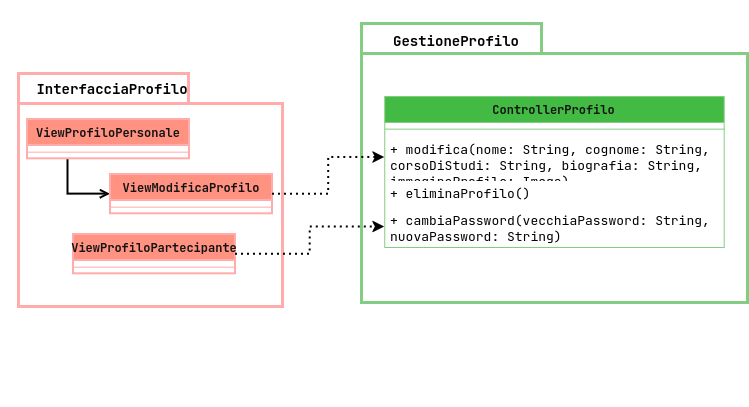
Before: latex/images/diagramma-dei-package-profilo.png, a diagram exported from draw.io (federicoporpora/studyLink). Source tidied: cells renumbered, new cells last; positions are measured from the earlier drawing's top-left corner, leaving out a move shared by most shapes.
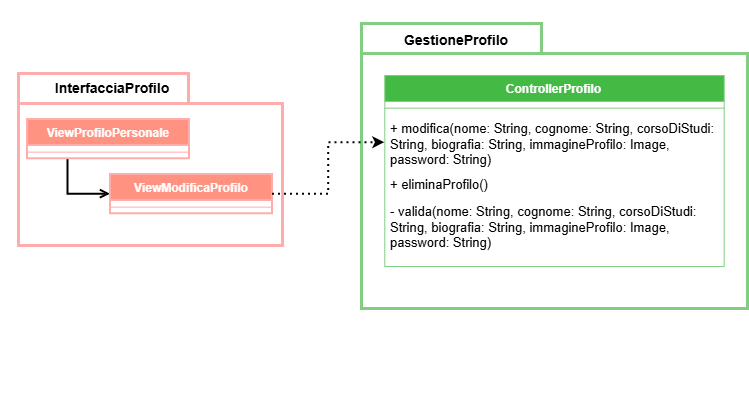
After the change.

The edit, as a diff of the source:
```diff
@@ -5,8 +5,8 @@
     <mxCell id="2" style="group;" parent="1" vertex="1">
       <mxGeometry x="18" y="74" width="264" height="233" as="geometry" />
     </mxCell>
-    <mxCell id="3" style="shape=folder;fontStyle=1;spacingTop=10;tabWidth=170;tabHeight=30;tabPosition=left;html=1;whiteSpace=wrap;fillColor=light-dark(#E51400,#FFFFFF);fontColor=#ffffff;strokeColor=#B20000;strokeWidth=3;" parent="2" vertex="1">
-      <mxGeometry width="264" height="233" as="geometry" />
+    <mxCell id="3" style="shape=folder;fontStyle=1;spacingTop=10;tabWidth=170;tabHeight=30;tabPosition=left;html=1;whiteSpace=wrap;fillColor=light-dark(#FFFFFF,#E51400);fontColor=#ffffff;strokeColor=light-dark(#FFACAC,#B20000);strokeWidth=3;" parent="2" vertex="1">
+      <mxGeometry width="264" height="172" as="geometry" />
     </mxCell>
     <mxCell id="4" value="InterfacciaProfilo" style="text;html=1;whiteSpace=wrap;strokeColor=none;fillColor=none;align=center;verticalAlign=middle;rounded=0;fontColor=light-dark(#000000,#000000);fontStyle=1;fontSize=14;" parent="2" vertex="1">
       <mxGeometry x="-18" y="-10" width="224.4" height="49.9" as="geometry" />
@@ -14,53 +14,44 @@
     <mxCell id="5" style="edgeStyle=orthogonalEdgeStyle;rounded=0;jettySize=auto;html=1;exitX=0.25;exitY=1;exitDx=0;exitDy=0;entryX=0;entryY=0.5;entryDx=0;entryDy=0;strokeColor=light-dark(#000000,#000000);strokeWidth=2;endArrow=open;endFill=0;" parent="2" edge="1" source="6" target="8">
       <mxGeometry relative="1" as="geometry" />
     </mxCell>
-    <mxCell id="6" value="ViewProfiloPersonale" style="swimlane;fontStyle=1;align=center;verticalAlign=top;horizontal=1;startSize=26;whiteSpace=wrap;html=1;fillColor=#e51400;strokeColor=#B20000;fontColor=#ffffff;strokeWidth=2;" parent="2" vertex="1">
+    <mxCell id="6" value="ViewProfiloPersonale" style="swimlane;fontStyle=1;align=center;verticalAlign=top;horizontal=1;startSize=26;whiteSpace=wrap;html=1;fillColor=light-dark(#FF9281,#E51400);strokeColor=light-dark(#FFACAC,#B20000);fontColor=#ffffff;strokeWidth=2;" parent="2" vertex="1">
       <mxGeometry x="9" y="46" width="162" height="39.3" as="geometry" />
     </mxCell>
     <mxCell id="7" style="line;strokeWidth=1;fillColor=none;align=left;verticalAlign=middle;spacingTop=-1;spacingLeft=3;spacingRight=3;labelPosition=right;strokeColor=inherit;" parent="6" vertex="1">
       <mxGeometry y="26" width="162" height="13.3" as="geometry" />
     </mxCell>
-    <mxCell id="8" value="ViewModificaProfilo" style="swimlane;fontStyle=1;align=center;verticalAlign=top;horizontal=1;startSize=26;whiteSpace=wrap;html=1;fillColor=#e51400;strokeColor=#B20000;fontColor=#ffffff;strokeWidth=2;" parent="2" vertex="1">
+    <mxCell id="8" value="ViewModificaProfilo" style="swimlane;fontStyle=1;align=center;verticalAlign=top;horizontal=1;startSize=26;whiteSpace=wrap;html=1;fillColor=light-dark(#FF9281,#E51400);strokeColor=light-dark(#FFACAC,#B20000);fontColor=#ffffff;strokeWidth=2;" parent="2" vertex="1">
       <mxGeometry x="92" y="101" width="162" height="39.3" as="geometry" />
     </mxCell>
     <mxCell id="9" style="line;strokeWidth=1;fillColor=none;align=left;verticalAlign=middle;spacingTop=-1;spacingLeft=3;spacingRight=3;labelPosition=right;strokeColor=inherit;" parent="8" vertex="1">
       <mxGeometry y="26" width="162" height="13.3" as="geometry" />
     </mxCell>
-    <mxCell id="10" value="ViewProfiloPartecipante" style="swimlane;fontStyle=1;align=center;verticalAlign=top;horizontal=1;startSize=26;whiteSpace=wrap;html=1;fillColor=#e51400;strokeColor=#B20000;fontColor=#ffffff;strokeWidth=2;" parent="2" vertex="1">
-      <mxGeometry x="55" y="161" width="162" height="39.3" as="geometry" />
-    </mxCell>
-    <mxCell id="11" style="line;strokeWidth=1;fillColor=none;align=left;verticalAlign=middle;spacingTop=-1;spacingLeft=3;spacingRight=3;labelPosition=right;strokeColor=inherit;" parent="10" vertex="1">
-      <mxGeometry y="26" width="162" height="13.3" as="geometry" />
-    </mxCell>
     <mxCell id="12" style="group;" parent="1" vertex="1">
       <mxGeometry x="361" y="24" width="386" height="383" as="geometry" />
     </mxCell>
-    <mxCell id="13" style="shape=folder;fontStyle=1;spacingTop=10;tabWidth=180;tabHeight=30;tabPosition=left;html=1;whiteSpace=wrap;fillColor=light-dark(#008A00,#FFFFFF);fontColor=#ffffff;strokeColor=#005700;strokeWidth=3;" parent="12" vertex="1">
-      <mxGeometry width="386" height="279" as="geometry" />
+    <mxCell id="13" style="shape=folder;fontStyle=1;spacingTop=10;tabWidth=180;tabHeight=30;tabPosition=left;html=1;whiteSpace=wrap;fillColor=light-dark(#FFFFFF,#008A00);fontColor=#ffffff;strokeColor=light-dark(#82CD82,#005700);strokeWidth=3;" parent="12" vertex="1">
+      <mxGeometry width="386" height="285" as="geometry" />
     </mxCell>
     <mxCell id="14" value="GestioneProfilo" style="text;html=1;whiteSpace=wrap;strokeColor=none;fillColor=none;align=center;verticalAlign=middle;rounded=0;fontColor=light-dark(#000000,#000000);fontStyle=1;fontSize=14;" parent="12" vertex="1">
       <mxGeometry x="-69.5" y="-23.7" width="328.1" height="82.1" as="geometry" />
     </mxCell>
-    <mxCell id="15" value="ControllerProfilo" style="swimlane;fontStyle=1;align=center;verticalAlign=top;horizontal=1;startSize=26;whiteSpace=wrap;html=1;fillColor=#008a00;fontColor=#ffffff;strokeColor=#005700;" parent="12" vertex="1">
-      <mxGeometry x="23.3" y="73" width="339.4" height="151" as="geometry" />
+    <mxCell id="15" value="ControllerProfilo" style="swimlane;fontStyle=1;align=center;verticalAlign=top;horizontal=1;startSize=26;whiteSpace=wrap;html=1;fillColor=light-dark(#43BA43,#008A00);fontColor=#ffffff;strokeColor=light-dark(#82CD82,#005700);" parent="12" vertex="1">
+      <mxGeometry x="23.3" y="52" width="339.4" height="191" as="geometry" />
     </mxCell>
     <mxCell id="16" style="line;strokeWidth=1;fillColor=none;align=left;verticalAlign=middle;spacingTop=-1;spacingLeft=3;spacingRight=3;labelPosition=right;strokeColor=inherit;" parent="15" vertex="1">
       <mxGeometry y="26" width="339.4" height="13.3" as="geometry" />
     </mxCell>
-    <mxCell id="17" value="+ modifica(nome: String, cognome: String, corsoDiStudi: String, biografia: String, immagineProfilo: Image)" style="text;strokeColor=none;fillColor=none;align=left;verticalAlign=top;spacingLeft=4;spacingRight=4;overflow=hidden;points=[[0,0.5],[1,0.5]];portConstraint=eastwest;whiteSpace=wrap;html=1;fontColor=light-dark(#000000,#000000);fontStyle=0;fontSize=13;" parent="15" vertex="1">
-      <mxGeometry y="39.3" width="339.4" height="43.3" as="geometry" />
+    <mxCell id="17" value="+ modifica(nome: String, cognome: String, corsoDiStudi: String, biografia: String, immagineProfilo: Image, password: String)" style="text;strokeColor=none;fillColor=none;align=left;verticalAlign=top;spacingLeft=4;spacingRight=4;overflow=hidden;points=[[0,0.5],[1,0.5]];portConstraint=eastwest;whiteSpace=wrap;html=1;fontColor=light-dark(#000000,#000000);fontStyle=0;fontSize=13;" parent="15" vertex="1">
+      <mxGeometry y="39.3" width="339.4" height="55.7" as="geometry" />
     </mxCell>
     <mxCell id="18" value="&lt;font style=&quot;color: light-dark(rgb(0, 0, 0), rgb(0, 0, 0));&quot;&gt;&lt;span style=&quot;font-size: 13px;&quot;&gt;+ eliminaProfilo()&lt;/span&gt;&lt;/font&gt;" style="text;strokeColor=none;fillColor=none;align=left;verticalAlign=top;spacingLeft=4;spacingRight=4;overflow=hidden;whiteSpace=wrap;html=1;" parent="15" vertex="1">
-      <mxGeometry y="82.6" width="339.4" height="27.4" as="geometry" />
+      <mxGeometry y="95" width="339.4" height="27.4" as="geometry" />
     </mxCell>
-    <mxCell id="19" value="&lt;font style=&quot;color: light-dark(rgb(0, 0, 0), rgb(0, 0, 0));&quot;&gt;&lt;span style=&quot;font-size: 13px;&quot;&gt;+ cambiaPassword(vecchiaPassword: String, nuovaPassword: String)&lt;/span&gt;&lt;/font&gt;" style="text;strokeColor=none;fillColor=none;align=left;verticalAlign=top;spacingLeft=4;spacingRight=4;overflow=hidden;points=[[0,0.5],[1,0.5]];portConstraint=eastwest;whiteSpace=wrap;html=1;" parent="15" vertex="1">
-      <mxGeometry y="110" width="339.4" height="41" as="geometry" />
-    </mxCell>
+    <mxCell id="22" value="&lt;font style=&quot;color: light-dark(rgb(0, 0, 0), rgb(0, 0, 0));&quot;&gt;&lt;span style=&quot;font-size: 13px;&quot;&gt;- valida(&lt;/span&gt;&lt;span style=&quot;font-size: 13px;&quot;&gt;nome: String, cognome: String, corsoDiStudi: String, biografia: String, immagineProfilo: Image, password: String&lt;/span&gt;&lt;span style=&quot;font-size: 13px;&quot;&gt;)&lt;/span&gt;&lt;/font&gt;" style="text;strokeColor=none;fillColor=none;align=left;verticalAlign=top;spacingLeft=4;spacingRight=4;overflow=hidden;whiteSpace=wrap;html=1;" parent="15" vertex="1">
+      <mxGeometry y="122.4" width="339.4" height="68.6" as="geometry" />
+    </mxCell>
     <mxCell id="20" style="edgeStyle=orthogonalEdgeStyle;rounded=0;jettySize=auto;html=1;exitX=1;exitY=0.5;exitDx=0;exitDy=0;entryX=0;entryY=0.5;entryDx=0;entryDy=0;dashed=1;dashPattern=1 2;strokeWidth=2;strokeColor=light-dark(#000000,#000000);" parent="1" edge="1" source="8" target="17">
       <mxGeometry relative="1" as="geometry" />
     </mxCell>
-    <mxCell id="21" style="edgeStyle=orthogonalEdgeStyle;rounded=0;jettySize=auto;html=1;exitX=1;exitY=0.5;exitDx=0;exitDy=0;entryX=0;entryY=0.5;entryDx=0;entryDy=0;dashed=1;dashPattern=1 2;strokeColor=light-dark(#000000,#000000);strokeWidth=2;" parent="1" edge="1" source="10" target="19">
-      <mxGeometry relative="1" as="geometry" />
-    </mxCell>
   </root>
 </mxGraphModel>
```
